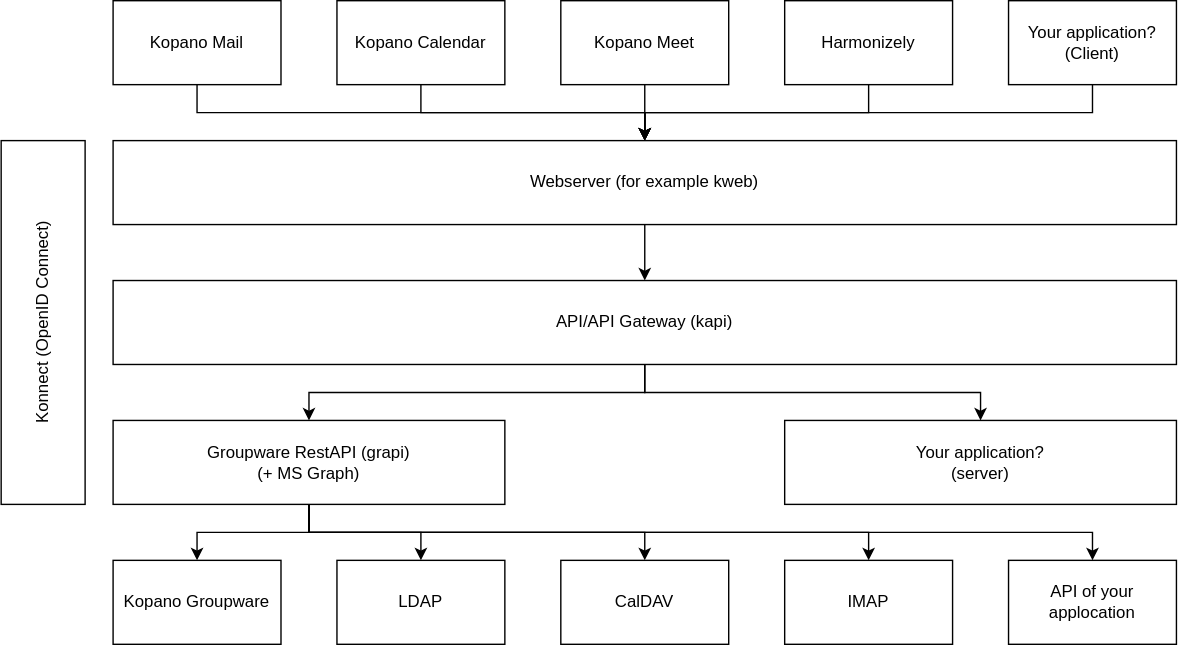
Before: docs/img/architecture.drawio.svg, a diagram exported from draw.io (libregraph/libregraph.github.io). Source tidied: cells renumbered, new cells last; positions are measured from the earlier drawing's top-left corner, leaving out a move shared by most shapes.
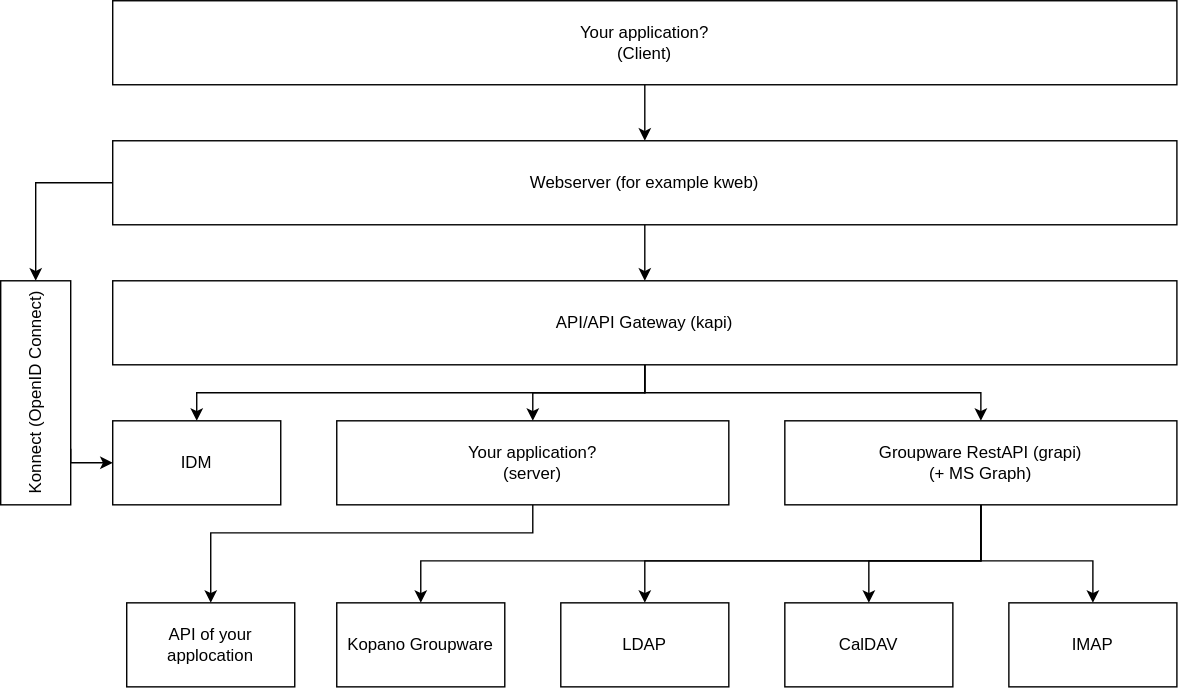
The same file after the commit.

Commit message:
Add idm to architecture diagram

What changed in the source:
```diff
@@ -2,39 +2,18 @@
   <root>
     <mxCell id="0" />
     <mxCell id="1" parent="0" />
-    <mxCell id="2" style="edgeStyle=orthogonalEdgeStyle;rounded=0;jettySize=auto;html=1;exitX=0.5;exitY=1;exitDx=0;exitDy=0;entryX=0.5;entryY=0;entryDx=0;entryDy=0;" parent="1" edge="1" source="3" target="13">
-      <mxGeometry relative="1" as="geometry" />
-    </mxCell>
-    <mxCell id="3" value="Kopano Meet" style="rounded=0;whiteSpace=wrap;html=1;" parent="1" vertex="1">
-      <mxGeometry x="400" width="120" height="60" as="geometry" />
-    </mxCell>
-    <mxCell id="4" style="edgeStyle=orthogonalEdgeStyle;rounded=0;jettySize=auto;html=1;exitX=0.5;exitY=1;exitDx=0;exitDy=0;entryX=0.5;entryY=0;entryDx=0;entryDy=0;" parent="1" edge="1" source="5" target="13">
-      <mxGeometry relative="1" as="geometry" />
-    </mxCell>
-    <mxCell id="5" value="Kopano Calendar" style="rounded=0;whiteSpace=wrap;html=1;" parent="1" vertex="1">
-      <mxGeometry x="240" width="120" height="60" as="geometry" />
-    </mxCell>
-    <mxCell id="6" style="edgeStyle=orthogonalEdgeStyle;rounded=0;jettySize=auto;html=1;exitX=0.5;exitY=1;exitDx=0;exitDy=0;entryX=0.5;entryY=0;entryDx=0;entryDy=0;" parent="1" edge="1" source="7" target="13">
-      <mxGeometry relative="1" as="geometry" />
-    </mxCell>
-    <mxCell id="7" value="Kopano Mail" style="rounded=0;whiteSpace=wrap;html=1;" parent="1" vertex="1">
-      <mxGeometry x="80" width="120" height="60" as="geometry" />
-    </mxCell>
-    <mxCell id="8" style="edgeStyle=orthogonalEdgeStyle;rounded=0;jettySize=auto;html=1;exitX=0.5;exitY=1;exitDx=0;exitDy=0;entryX=0.5;entryY=0;entryDx=0;entryDy=0;" parent="1" edge="1" source="9" target="13">
-      <mxGeometry relative="1" as="geometry" />
-    </mxCell>
-    <mxCell id="9" value="Harmonizely" style="rounded=0;whiteSpace=wrap;html=1;" parent="1" vertex="1">
-      <mxGeometry x="560" width="120" height="60" as="geometry" />
-    </mxCell>
     <mxCell id="10" style="edgeStyle=orthogonalEdgeStyle;rounded=0;jettySize=auto;html=1;exitX=0.5;exitY=1;exitDx=0;exitDy=0;entryX=0.5;entryY=0;entryDx=0;entryDy=0;" parent="1" edge="1" source="11" target="13">
       <mxGeometry relative="1" as="geometry" />
     </mxCell>
     <mxCell id="11" value="Your application?&lt;br&gt;(Client)" style="rounded=0;whiteSpace=wrap;html=1;" parent="1" vertex="1">
-      <mxGeometry x="720" width="120" height="60" as="geometry" />
+      <mxGeometry x="80" width="760" height="60" as="geometry" />
     </mxCell>
     <mxCell id="12" style="edgeStyle=orthogonalEdgeStyle;rounded=0;jettySize=auto;html=1;exitX=0.5;exitY=1;exitDx=0;exitDy=0;entryX=0.5;entryY=0;entryDx=0;entryDy=0;" parent="1" edge="1" source="13" target="16">
       <mxGeometry relative="1" as="geometry" />
     </mxCell>
+    <mxCell id="30" style="edgeStyle=orthogonalEdgeStyle;rounded=0;jettySize=auto;html=1;exitX=0;exitY=0.5;exitDx=0;exitDy=0;entryX=0;entryY=0.5;entryDx=0;entryDy=0;" parent="1" edge="1" source="13" target="29">
+      <mxGeometry relative="1" as="geometry" />
+    </mxCell>
     <mxCell id="13" value="Webserver (for example kweb)" style="rounded=0;whiteSpace=wrap;html=1;" parent="1" vertex="1">
       <mxGeometry x="80" y="100" width="760" height="60" as="geometry" />
     </mxCell>
@@ -44,67 +23,85 @@
     <mxCell id="15" style="edgeStyle=orthogonalEdgeStyle;rounded=0;jettySize=auto;html=1;exitX=0.5;exitY=1;exitDx=0;exitDy=0;entryX=0.5;entryY=0;entryDx=0;entryDy=0;" parent="1" edge="1" source="16" target="20">
       <mxGeometry relative="1" as="geometry" />
     </mxCell>
+    <mxCell id="31" style="edgeStyle=orthogonalEdgeStyle;rounded=0;jettySize=auto;html=1;exitX=0.5;exitY=1;exitDx=0;exitDy=0;entryX=0.5;entryY=0;entryDx=0;entryDy=0;" parent="1" edge="1" source="16" target="34">
+      <mxGeometry relative="1" as="geometry" />
+    </mxCell>
     <mxCell id="16" value="API/API Gateway (kapi)" style="rounded=0;whiteSpace=wrap;html=1;" parent="1" vertex="1">
       <mxGeometry x="80" y="200" width="760" height="60" as="geometry" />
     </mxCell>
     <mxCell id="17" style="edgeStyle=orthogonalEdgeStyle;rounded=0;jettySize=auto;html=1;exitX=0.5;exitY=1;exitDx=0;exitDy=0;entryX=0.5;entryY=0;entryDx=0;entryDy=0;" parent="1" edge="1" source="19" target="21">
-      <mxGeometry relative="1" as="geometry" />
+      <mxGeometry relative="1" as="geometry">
+        <Array as="points">
+          <mxPoint x="700" y="400" />
+          <mxPoint x="300" y="400" />
+        </Array>
+      </mxGeometry>
     </mxCell>
+    <mxCell id="26" style="edgeStyle=orthogonalEdgeStyle;rounded=0;jettySize=auto;html=1;exitX=0.5;exitY=1;exitDx=0;exitDy=0;entryX=0.5;entryY=0;entryDx=0;entryDy=0;" parent="1" edge="1" source="19" target="24">
+      <mxGeometry relative="1" as="geometry">
+        <Array as="points">
+          <mxPoint x="700" y="400" />
+          <mxPoint x="780" y="400" />
+        </Array>
+      </mxGeometry>
+    </mxCell>
     <mxCell id="18" style="edgeStyle=orthogonalEdgeStyle;rounded=0;jettySize=auto;html=1;exitX=0.5;exitY=1;exitDx=0;exitDy=0;entryX=0.5;entryY=0;entryDx=0;entryDy=0;" parent="1" edge="1" source="19" target="23">
       <mxGeometry relative="1" as="geometry">
         <Array as="points">
-          <mxPoint x="220" y="380" />
-          <mxPoint x="460" y="380" />
+          <mxPoint x="700" y="400" />
+          <mxPoint x="620" y="400" />
         </Array>
       </mxGeometry>
     </mxCell>
+    <mxCell id="28" style="edgeStyle=orthogonalEdgeStyle;rounded=0;jettySize=auto;html=1;exitX=0.5;exitY=1;exitDx=0;exitDy=0;entryX=0.5;entryY=0;entryDx=0;entryDy=0;" parent="1" edge="1" source="19" target="22">
+      <mxGeometry relative="1" as="geometry">
+        <Array as="points">
+          <mxPoint x="700" y="400" />
+          <mxPoint x="460" y="400" />
+        </Array>
+      </mxGeometry>
+    </mxCell>
     <mxCell id="19" value="Groupware RestAPI (grapi)&lt;br&gt;(+ MS Graph)" style="rounded=0;whiteSpace=wrap;html=1;" parent="1" vertex="1">
-      <mxGeometry x="80" y="300" width="280" height="60" as="geometry" />
+      <mxGeometry x="560" y="300" width="280" height="60" as="geometry" />
     </mxCell>
+    <mxCell id="32" style="edgeStyle=orthogonalEdgeStyle;rounded=0;jettySize=auto;html=1;exitX=0.5;exitY=1;exitDx=0;exitDy=0;entryX=0.5;entryY=0;entryDx=0;entryDy=0;" parent="1" edge="1" source="20" target="25">
+      <mxGeometry relative="1" as="geometry">
+        <Array as="points">
+          <mxPoint x="380" y="380" />
+          <mxPoint x="150" y="380" />
+        </Array>
+      </mxGeometry>
+    </mxCell>
     <mxCell id="20" value="Your application?&lt;br&gt;(server)" style="rounded=0;whiteSpace=wrap;html=1;" parent="1" vertex="1">
-      <mxGeometry x="560" y="300" width="280" height="60" as="geometry" />
+      <mxGeometry x="240" y="300" width="280" height="60" as="geometry" />
     </mxCell>
     <mxCell id="21" value="Kopano Groupware" style="rounded=0;whiteSpace=wrap;html=1;" parent="1" vertex="1">
-      <mxGeometry x="80" y="400" width="120" height="60" as="geometry" />
+      <mxGeometry x="240" y="430" width="120" height="60" as="geometry" />
     </mxCell>
     <mxCell id="22" value="LDAP" style="rounded=0;whiteSpace=wrap;html=1;" parent="1" vertex="1">
-      <mxGeometry x="240" y="400" width="120" height="60" as="geometry" />
+      <mxGeometry x="400" y="430" width="120" height="60" as="geometry" />
     </mxCell>
     <mxCell id="23" value="CalDAV" style="rounded=0;whiteSpace=wrap;html=1;" parent="1" vertex="1">
-      <mxGeometry x="400" y="400" width="120" height="60" as="geometry" />
+      <mxGeometry x="560" y="430" width="120" height="60" as="geometry" />
     </mxCell>
     <mxCell id="24" value="IMAP" style="rounded=0;whiteSpace=wrap;html=1;" parent="1" vertex="1">
-      <mxGeometry x="560" y="400" width="120" height="60" as="geometry" />
+      <mxGeometry x="720" y="430" width="120" height="60" as="geometry" />
     </mxCell>
     <mxCell id="25" value="API of your applocation" style="rounded=0;whiteSpace=wrap;html=1;" parent="1" vertex="1">
-      <mxGeometry x="720" y="400" width="120" height="60" as="geometry" />
+      <mxGeometry x="90" y="430" width="120" height="60" as="geometry" />
     </mxCell>
-    <mxCell id="26" style="edgeStyle=orthogonalEdgeStyle;rounded=0;jettySize=auto;html=1;exitX=0.5;exitY=1;exitDx=0;exitDy=0;entryX=0.5;entryY=0;entryDx=0;entryDy=0;" parent="1" edge="1" source="19" target="24">
-      <mxGeometry relative="1" as="geometry">
-        <Array as="points">
-          <mxPoint x="220" y="380" />
-          <mxPoint x="620" y="380" />
-        </Array>
-      </mxGeometry>
-    </mxCell>
-    <mxCell id="27" style="edgeStyle=orthogonalEdgeStyle;rounded=0;jettySize=auto;html=1;exitX=0.5;exitY=1;exitDx=0;exitDy=0;entryX=0.5;entryY=0;entryDx=0;entryDy=0;" parent="1" edge="1" source="19" target="25">
-      <mxGeometry relative="1" as="geometry">
-        <Array as="points">
-          <mxPoint x="220" y="380" />
-          <mxPoint x="780" y="380" />
-        </Array>
-      </mxGeometry>
-    </mxCell>
-    <mxCell id="28" style="edgeStyle=orthogonalEdgeStyle;rounded=0;jettySize=auto;html=1;entryX=0.5;entryY=0;entryDx=0;entryDy=0;exitX=0.5;exitY=1;exitDx=0;exitDy=0;" parent="1" edge="1" source="19" target="22">
-      <mxGeometry relative="1" as="geometry">
-        <Array as="points">
-          <mxPoint x="220" y="380" />
-          <mxPoint x="300" y="380" />
-        </Array>
-      </mxGeometry>
-    </mxCell>
+    <mxCell id="33" style="edgeStyle=orthogonalEdgeStyle;rounded=0;jettySize=auto;html=1;exitX=0.75;exitY=0;exitDx=0;exitDy=0;entryX=0;entryY=0.5;entryDx=0;entryDy=0;" parent="1" edge="1" source="29" target="34">
+      <mxGeometry relative="1" as="geometry">
+        <Array as="points">
+          <mxPoint x="50" y="330" />
+        </Array>
+      </mxGeometry>
+    </mxCell>
     <mxCell id="29" value="Konnect (OpenID Connect)" style="rounded=0;whiteSpace=wrap;html=1;direction=south;horizontal=0;" parent="1" vertex="1">
-      <mxGeometry y="100" width="60" height="260" as="geometry" />
+      <mxGeometry y="200" width="50" height="160" as="geometry" />
     </mxCell>
+    <mxCell id="34" value="IDM" style="rounded=0;whiteSpace=wrap;html=1;" parent="1" vertex="1">
+      <mxGeometry x="80" y="300" width="120" height="60" as="geometry" />
+    </mxCell>
   </root>
 </mxGraphModel>
```
